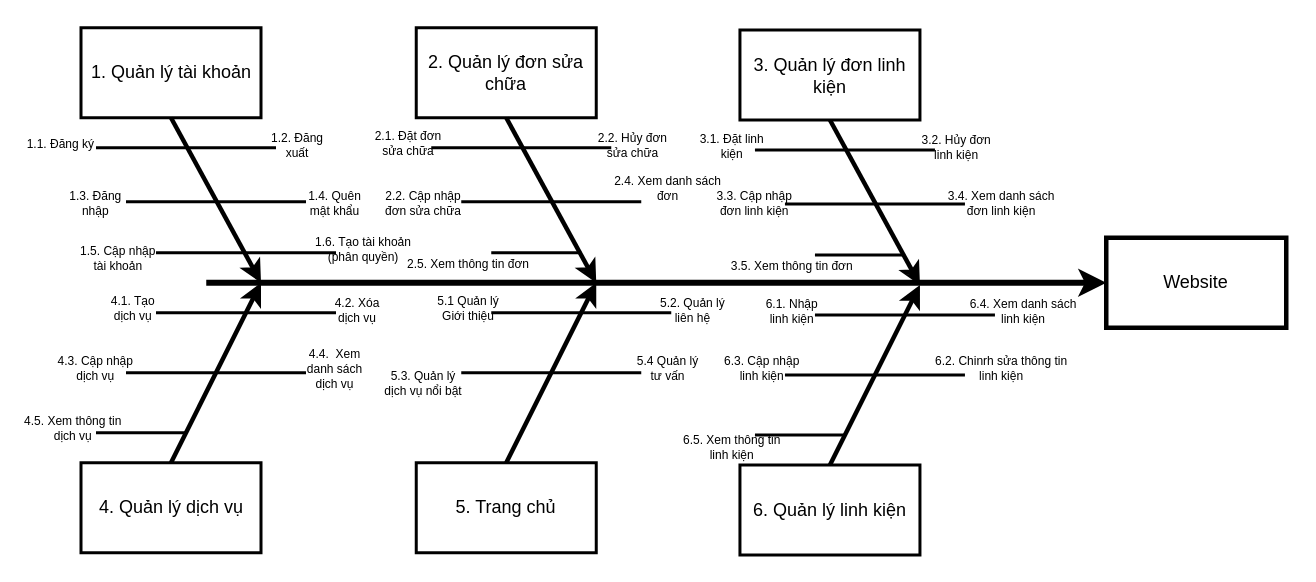
Before: Drawio/FreatureTree_KTLYC_DA.drawio in Comotcaiten/KTLYC_Prototype, a draw.io diagram. Source tidied: cells renumbered, new cells numbered last; positions are measured from the earlier drawing's top-left corner, leaving out a move shared by most shapes. Both pictures are drawn from the tidied source at 150%, with x=0, y=0 at pixel (26, 27).
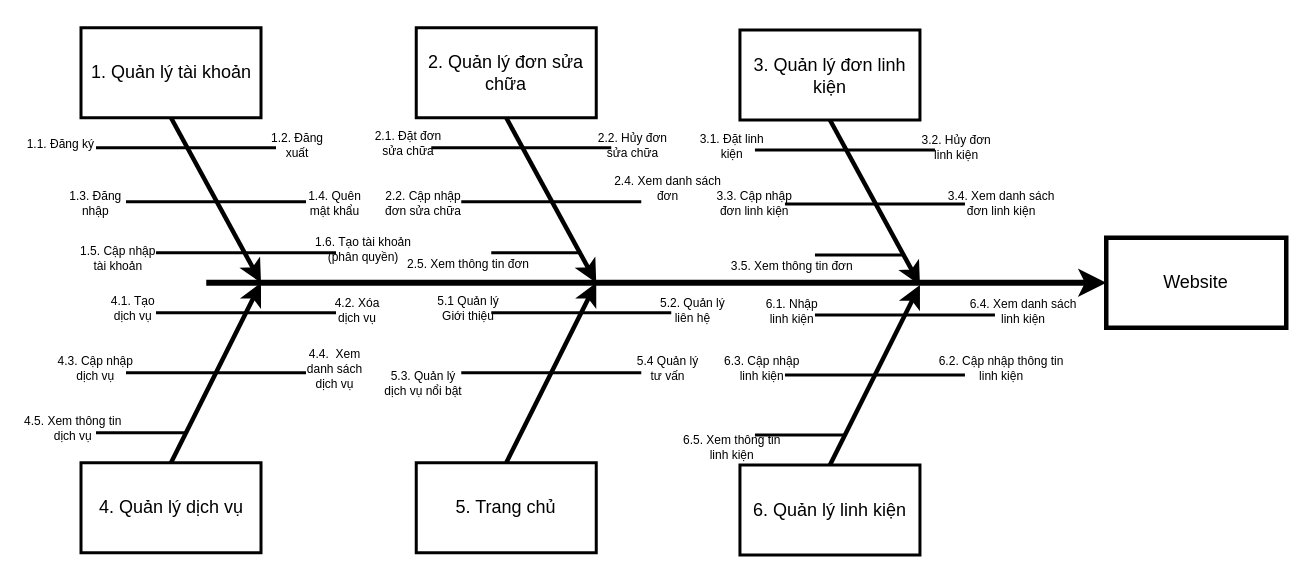
The same page after the edit.

Commit message (it also covers changes not shown here):
sữa sai chính tả

What changed in the source:
```diff
@@
-    <mxCell id="73" value="6.2. Chinrh sửa thông tin&#10;linh kiện" style="text;spacingTop=-5;fontSize=8;align=center;verticalAlign=middle;" parent="1" vertex="1">
+    <mxCell id="73" value="6.2. Cập nhập thông tin&#10;linh kiện" style="text;spacingTop=-5;fontSize=8;align=center;verticalAlign=middle;" parent="1" vertex="1">
       <mxGeometry x="635.4" y="220" width="30" height="20" as="geometry" />
     </mxCell>
```
